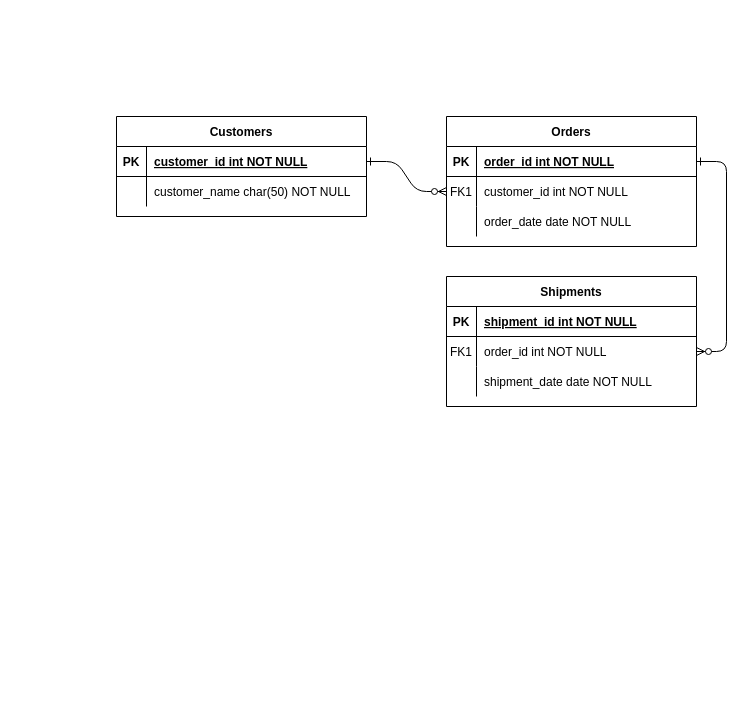
Earlier version of the draw.io diagram Untitled Diagram.drawio (hastyhoop/portfolio). Source tidied: cells renumbered, new cells numbered last; positions are measured from the earlier drawing's top-left corner, leaving out a move shared by most shapes. Both pictures are drawn from the tidied source at 100%, with x=0, y=0 at pixel (116, 116).
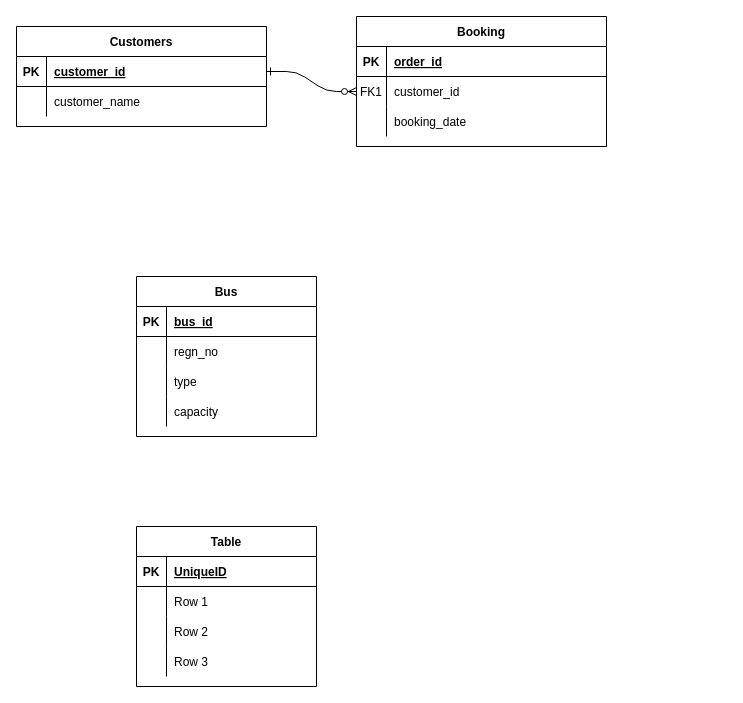
The same page after the edit.

The change refers to these unchanged cells:
```xml
<mxCell id="5" style="shape=partialRectangle;fillColor=none;points=[[0,0.5],[1,0.5]];portConstraint=eastwest;top=0;left=0;right=0;bottom=1;" parent="4" vertex="1">
  <mxGeometry y="30" width="250" height="30" as="geometry" />
</mxCell>
<mxCell id="8" style="shape=partialRectangle;fillColor=none;points=[[0,0.5],[1,0.5]];portConstraint=eastwest;top=0;left=0;right=0;bottom=0;" parent="4" vertex="1">
  <mxGeometry y="60" width="250" height="30" as="geometry" />
</mxCell>
<mxCell id="11" style="shape=partialRectangle;fillColor=none;top=0;left=0;right=0;bottom=0;" parent="4" vertex="1">
  <mxGeometry y="90" width="250" height="30" as="geometry" />
</mxCell>
<mxCell id="25" style="shape=partialRectangle;fillColor=none;points=[[0,0.5],[1,0.5]];portConstraint=eastwest;top=0;left=0;right=0;bottom=1;" parent="24" vertex="1">
  <mxGeometry y="30" width="250" height="30" as="geometry" />
</mxCell>
<mxCell id="28" style="shape=partialRectangle;fillColor=none;top=0;left=0;right=0;bottom=0;" parent="24" vertex="1">
  <mxGeometry y="60" width="250" height="30" as="geometry" />
</mxCell>
```

What changed in the source:
```diff
@@
-    <mxCell id="3" style="edgeStyle=entityRelationEdgeStyle;endArrow=ERzeroToMany;startArrow=ERone;endFill=1;startFill=0;" parent="1" edge="1" source="5" target="18">
-      <mxGeometry relative="1" as="geometry" />
-    </mxCell>
-    <mxCell id="4" value="Orders" style="shape=table;startSize=30;childLayout=tableLayout;rowLines=0;fontStyle=1;align=center;" parent="1" vertex="1">
-      <mxGeometry x="330" width="250" height="130" as="geometry" />
+    <mxCell id="4" value="Booking" style="shape=table;startSize=30;childLayout=tableLayout;rowLines=0;fontStyle=1;align=center;" parent="1" vertex="1">
+      <mxGeometry x="240" y="-100" width="250" height="130" as="geometry" />
     </mxCell>
@@
-    <mxCell id="7" value="order_id int NOT NULL " style="shape=partialRectangle;overflow=hidden;fillColor=none;top=0;left=0;bottom=0;right=0;align=left;spacingLeft=6;fontStyle=5;" parent="5" vertex="1">
+    <mxCell id="7" value="order_id" style="shape=partialRectangle;overflow=hidden;fillColor=none;top=0;left=0;bottom=0;right=0;align=left;spacingLeft=6;fontStyle=5;" parent="5" vertex="1">
       <mxGeometry x="30" width="220" height="30" as="geometry" />
     </mxCell>
@@
-    <mxCell id="10" value="customer_id int NOT NULL" style="shape=partialRectangle;overflow=hidden;fillColor=none;top=0;left=0;bottom=0;right=0;align=left;spacingLeft=6;" parent="8" vertex="1">
+    <mxCell id="10" value="customer_id" style="shape=partialRectangle;overflow=hidden;fillColor=none;top=0;left=0;bottom=0;right=0;align=left;spacingLeft=6;" parent="8" vertex="1">
       <mxGeometry x="30" width="220" height="30" as="geometry" />
     </mxCell>
@@
-    <mxCell id="13" value="order_date date NOT NULL" style="shape=partialRectangle;overflow=hidden;fillColor=none;top=0;left=0;bottom=0;right=0;align=left;spacingLeft=6;" parent="11" vertex="1">
+    <mxCell id="13" value="booking_date" style="shape=partialRectangle;overflow=hidden;fillColor=none;top=0;left=0;bottom=0;right=0;align=left;spacingLeft=6;" parent="11" vertex="1">
       <mxGeometry x="30" width="220" height="30" as="geometry" />
     </mxCell>
-    <mxCell id="14" value="Shipments" style="shape=table;startSize=30;childLayout=tableLayout;rowLines=0;fontStyle=1;align=center;" parent="1" vertex="1">
-      <mxGeometry x="330" y="160" width="250" height="130" as="geometry" />
-    </mxCell>
-    <mxCell id="15" style="shape=partialRectangle;fillColor=none;top=0;left=0;right=0;bottom=1;" parent="14" vertex="1">
-      <mxGeometry y="30" width="250" height="30" as="geometry" />
-    </mxCell>
-    <mxCell id="16" value="PK" style="shape=partialRectangle;overflow=hidden;fillColor=none;top=0;left=0;bottom=0;right=0;fontStyle=1;" parent="15" vertex="1">
-      <mxGeometry width="30" height="30" as="geometry" />
-    </mxCell>
-    <mxCell id="17" value="shipment_id int NOT NULL " style="shape=partialRectangle;overflow=hidden;fillColor=none;top=0;left=0;bottom=0;right=0;align=left;spacingLeft=6;fontStyle=5;" parent="15" vertex="1">
-      <mxGeometry x="30" width="220" height="30" as="geometry" />
-    </mxCell>
-    <mxCell id="18" style="shape=partialRectangle;fillColor=none;points=[[0,0.5],[1,0.5]];portConstraint=eastwest;top=0;left=0;right=0;bottom=0;" parent="14" vertex="1">
-      <mxGeometry y="60" width="250" height="30" as="geometry" />
-    </mxCell>
-    <mxCell id="19" value="FK1" style="shape=partialRectangle;overflow=hidden;fillColor=none;top=0;left=0;bottom=0;right=0;" parent="18" vertex="1">
-      <mxGeometry width="30" height="30" as="geometry" />
-    </mxCell>
-    <mxCell id="20" value="order_id int NOT NULL" style="shape=partialRectangle;overflow=hidden;fillColor=none;top=0;left=0;bottom=0;right=0;align=left;spacingLeft=6;" parent="18" vertex="1">
-      <mxGeometry x="30" width="220" height="30" as="geometry" />
-    </mxCell>
-    <mxCell id="21" style="shape=partialRectangle;fillColor=none;top=0;left=0;right=0;bottom=0;" parent="14" vertex="1">
-      <mxGeometry y="90" width="250" height="30" as="geometry" />
-    </mxCell>
-    <mxCell id="22" style="shape=partialRectangle;overflow=hidden;fillColor=none;top=0;left=0;bottom=0;right=0;" parent="21" vertex="1">
-      <mxGeometry width="30" height="30" as="geometry" />
-    </mxCell>
-    <mxCell id="23" value="shipment_date date NOT NULL" style="shape=partialRectangle;overflow=hidden;fillColor=none;top=0;left=0;bottom=0;right=0;align=left;spacingLeft=6;" parent="21" vertex="1">
-      <mxGeometry x="30" width="220" height="30" as="geometry" />
-    </mxCell>
     <mxCell id="24" value="Customers" style="shape=table;startSize=30;childLayout=tableLayout;rowLines=0;fontStyle=1;align=center;" parent="1" vertex="1">
-      <mxGeometry width="250" height="100" as="geometry" />
+      <mxGeometry x="-100" y="-90" width="250" height="100" as="geometry" />
     </mxCell>
@@
-    <mxCell id="27" value="customer_id int NOT NULL " style="shape=partialRectangle;overflow=hidden;fillColor=none;top=0;left=0;bottom=0;right=0;align=left;spacingLeft=6;fontStyle=5;" parent="25" vertex="1">
+    <mxCell id="27" value="customer_id" style="shape=partialRectangle;overflow=hidden;fillColor=none;top=0;left=0;bottom=0;right=0;align=left;spacingLeft=6;fontStyle=5;" parent="25" vertex="1">
       <mxGeometry x="30" width="220" height="30" as="geometry" />
     </mxCell>
@@
-    <mxCell id="30" value="customer_name char(50) NOT NULL" style="shape=partialRectangle;overflow=hidden;fillColor=none;top=0;left=0;bottom=0;right=0;align=left;spacingLeft=6;" parent="28" vertex="1">
+    <mxCell id="30" value="customer_name " style="shape=partialRectangle;overflow=hidden;fillColor=none;top=0;left=0;bottom=0;right=0;align=left;spacingLeft=6;" parent="28" vertex="1">
       <mxGeometry x="30" width="220" height="30" as="geometry" />
     </mxCell>
+    <mxCell id="31" value="Bus" style="shape=table;startSize=30;childLayout=tableLayout;rowLines=0;fontStyle=1;align=center;" parent="1" vertex="1">
+      <mxGeometry x="20" y="160" width="180" height="160" as="geometry" />
+    </mxCell>
+    <mxCell id="32" style="shape=partialRectangle;fillColor=none;top=0;left=0;bottom=1;right=0;" parent="31" vertex="1">
+      <mxGeometry y="30" width="180" height="30" as="geometry" />
+    </mxCell>
+    <mxCell id="33" value="PK" style="shape=partialRectangle;fillColor=none;top=0;left=0;bottom=0;right=0;fontStyle=1;overflow=hidden;" parent="32" vertex="1">
+      <mxGeometry width="30" height="30" as="geometry" />
+    </mxCell>
+    <mxCell id="34" value="bus_id" style="shape=partialRectangle;fillColor=none;top=0;left=0;bottom=0;right=0;align=left;spacingLeft=6;fontStyle=5;overflow=hidden;" parent="32" vertex="1">
+      <mxGeometry x="30" width="150" height="30" as="geometry" />
+    </mxCell>
+    <mxCell id="35" style="shape=partialRectangle;fillColor=none;top=0;left=0;bottom=0;right=0;" parent="31" vertex="1">
+      <mxGeometry y="60" width="180" height="30" as="geometry" />
+    </mxCell>
+    <mxCell id="36" style="shape=partialRectangle;fillColor=none;top=0;left=0;bottom=0;right=0;overflow=hidden;" parent="35" vertex="1">
+      <mxGeometry width="30" height="30" as="geometry" />
+    </mxCell>
+    <mxCell id="37" value="regn_no" style="shape=partialRectangle;fillColor=none;top=0;left=0;bottom=0;right=0;align=left;spacingLeft=6;overflow=hidden;" parent="35" vertex="1">
+      <mxGeometry x="30" width="150" height="30" as="geometry" />
+    </mxCell>
+    <mxCell id="38" style="shape=partialRectangle;fillColor=none;top=0;left=0;bottom=0;right=0;" parent="31" vertex="1">
+      <mxGeometry y="90" width="180" height="30" as="geometry" />
+    </mxCell>
+    <mxCell id="39" style="shape=partialRectangle;fillColor=none;top=0;left=0;bottom=0;right=0;overflow=hidden;" parent="38" vertex="1">
+      <mxGeometry width="30" height="30" as="geometry" />
+    </mxCell>
+    <mxCell id="40" value="type" style="shape=partialRectangle;fillColor=none;top=0;left=0;bottom=0;right=0;align=left;spacingLeft=6;overflow=hidden;" parent="38" vertex="1">
+      <mxGeometry x="30" width="150" height="30" as="geometry" />
+    </mxCell>
+    <mxCell id="41" style="shape=partialRectangle;fillColor=none;top=0;left=0;bottom=0;right=0;" parent="31" vertex="1">
+      <mxGeometry y="120" width="180" height="30" as="geometry" />
+    </mxCell>
+    <mxCell id="42" style="shape=partialRectangle;fillColor=none;top=0;left=0;bottom=0;right=0;overflow=hidden;" parent="41" vertex="1">
+      <mxGeometry width="30" height="30" as="geometry" />
+    </mxCell>
+    <mxCell id="43" value="capacity" style="shape=partialRectangle;fillColor=none;top=0;left=0;bottom=0;right=0;align=left;spacingLeft=6;overflow=hidden;" parent="41" vertex="1">
+      <mxGeometry x="30" width="150" height="30" as="geometry" />
+    </mxCell>
+    <mxCell id="44" value="Table" style="shape=table;startSize=30;childLayout=tableLayout;rowLines=0;fontStyle=1;align=center;" parent="1" vertex="1">
+      <mxGeometry x="20" y="410" width="180" height="160" as="geometry" />
+    </mxCell>
+    <mxCell id="45" style="shape=partialRectangle;fillColor=none;top=0;left=0;bottom=1;right=0;" parent="44" vertex="1">
+      <mxGeometry y="30" width="180" height="30" as="geometry" />
+    </mxCell>
+    <mxCell id="46" value="PK" style="shape=partialRectangle;fillColor=none;top=0;left=0;bottom=0;right=0;fontStyle=1;overflow=hidden;" parent="45" vertex="1">
+      <mxGeometry width="30" height="30" as="geometry" />
+    </mxCell>
+    <mxCell id="47" value="UniqueID" style="shape=partialRectangle;fillColor=none;top=0;left=0;bottom=0;right=0;align=left;spacingLeft=6;fontStyle=5;overflow=hidden;" parent="45" vertex="1">
+      <mxGeometry x="30" width="150" height="30" as="geometry" />
+    </mxCell>
+    <mxCell id="48" style="shape=partialRectangle;fillColor=none;top=0;left=0;bottom=0;right=0;" parent="44" vertex="1">
+      <mxGeometry y="60" width="180" height="30" as="geometry" />
+    </mxCell>
+    <mxCell id="49" style="shape=partialRectangle;fillColor=none;top=0;left=0;bottom=0;right=0;overflow=hidden;" parent="48" vertex="1">
+      <mxGeometry width="30" height="30" as="geometry" />
+    </mxCell>
+    <mxCell id="50" value="Row 1" style="shape=partialRectangle;fillColor=none;top=0;left=0;bottom=0;right=0;align=left;spacingLeft=6;overflow=hidden;" parent="48" vertex="1">
+      <mxGeometry x="30" width="150" height="30" as="geometry" />
+    </mxCell>
+    <mxCell id="51" style="shape=partialRectangle;fillColor=none;top=0;left=0;bottom=0;right=0;" parent="44" vertex="1">
+      <mxGeometry y="90" width="180" height="30" as="geometry" />
+    </mxCell>
+    <mxCell id="52" style="shape=partialRectangle;fillColor=none;top=0;left=0;bottom=0;right=0;overflow=hidden;" parent="51" vertex="1">
+      <mxGeometry width="30" height="30" as="geometry" />
+    </mxCell>
+    <mxCell id="53" value="Row 2" style="shape=partialRectangle;fillColor=none;top=0;left=0;bottom=0;right=0;align=left;spacingLeft=6;overflow=hidden;" parent="51" vertex="1">
+      <mxGeometry x="30" width="150" height="30" as="geometry" />
+    </mxCell>
+    <mxCell id="54" style="shape=partialRectangle;fillColor=none;top=0;left=0;bottom=0;right=0;" parent="44" vertex="1">
+      <mxGeometry y="120" width="180" height="30" as="geometry" />
+    </mxCell>
+    <mxCell id="55" style="shape=partialRectangle;fillColor=none;top=0;left=0;bottom=0;right=0;overflow=hidden;" parent="54" vertex="1">
+      <mxGeometry width="30" height="30" as="geometry" />
+    </mxCell>
+    <mxCell id="56" value="Row 3" style="shape=partialRectangle;fillColor=none;top=0;left=0;bottom=0;right=0;align=left;spacingLeft=6;overflow=hidden;" parent="54" vertex="1">
+      <mxGeometry x="30" width="150" height="30" as="geometry" />
+    </mxCell>
```
